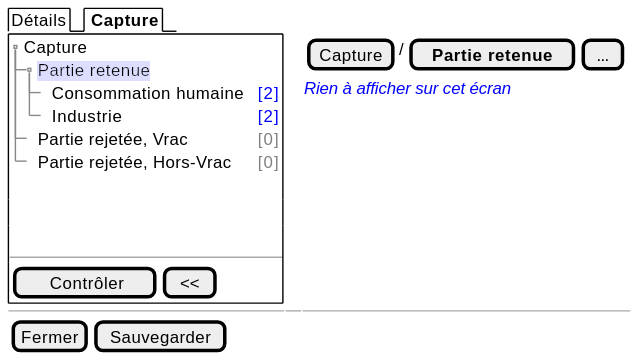
Earlier version of the PlantUML export projects/obsmer/spe/images/batch/batch-tree-PR.svg (sumaris-net/sumaris-doc). Its source is kept beside it as projects/obsmer/spe/images/batch/batch-tree-PR.puml.
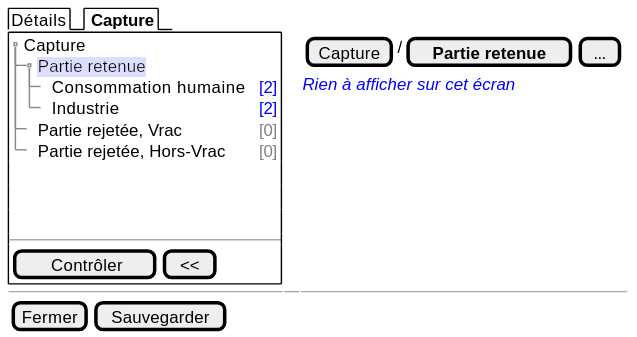
After the commit.

Diff of the diagram source:
```diff
@@ -4,7 +4,7 @@
   {+
    {T
        + Capture    | .
-       ++ <back:#DDF>Partie retenue       | .
+       ++ <back:#DDF>Partie retenue       | <color:blue>[4]
        +++ Consommation humaine | <color:blue>[2]
        +++ Industrie | <color:blue>[2]
        ++ Partie rejetée, Vrac | <color:gray>[0]
```
